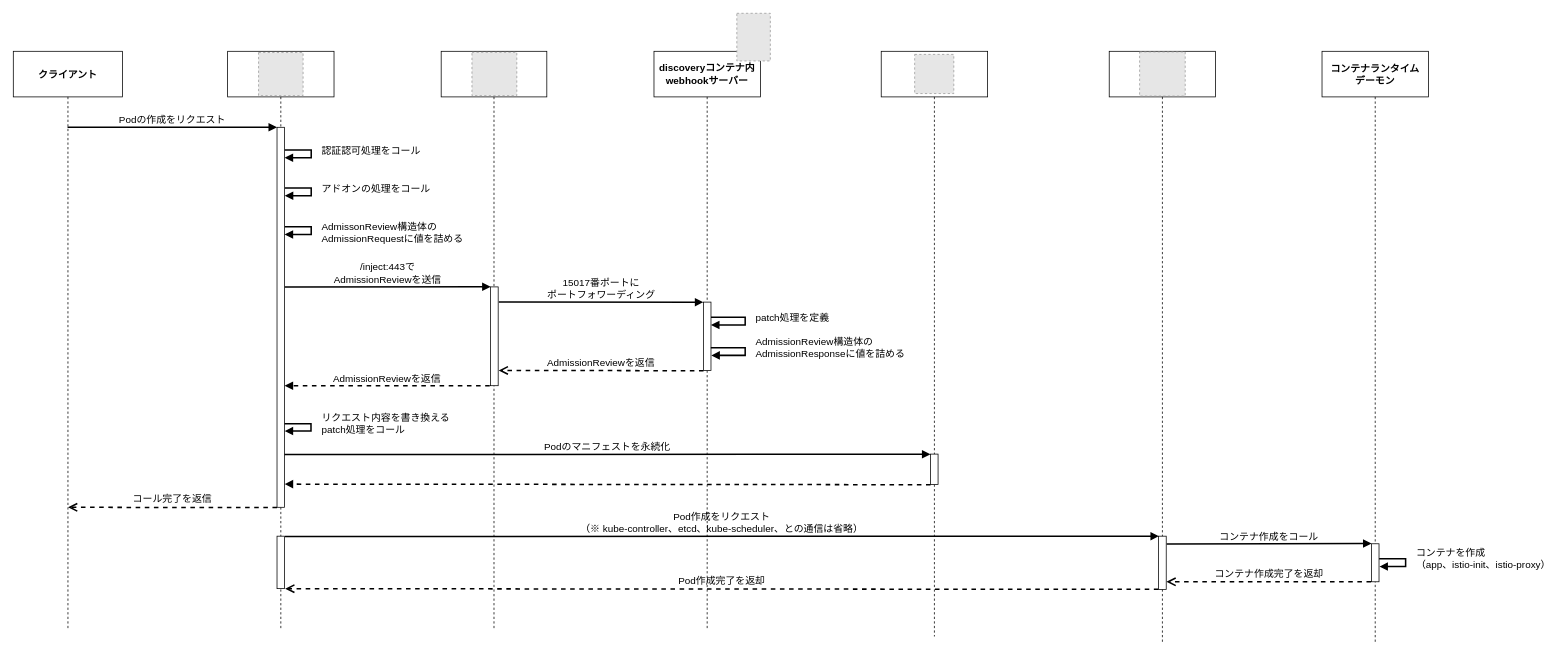
Earlier version of the draw.io diagram page "istio_container-injection_flow" (5 of 5) of images/drawio/istio/service-mesh_layer.drawio (hiroki-it/tech-notebook_old). Source tidied: cells renumbered, new cells numbered last; positions are measured from the earlier drawing's top-left corner, leaving out a move shared by most shapes. Both pictures are drawn from the tidied source at 76%, with x=0, y=0 at pixel (13, 13). Pictures stored in the file or linked from it are replaced by grey dashed boxes.
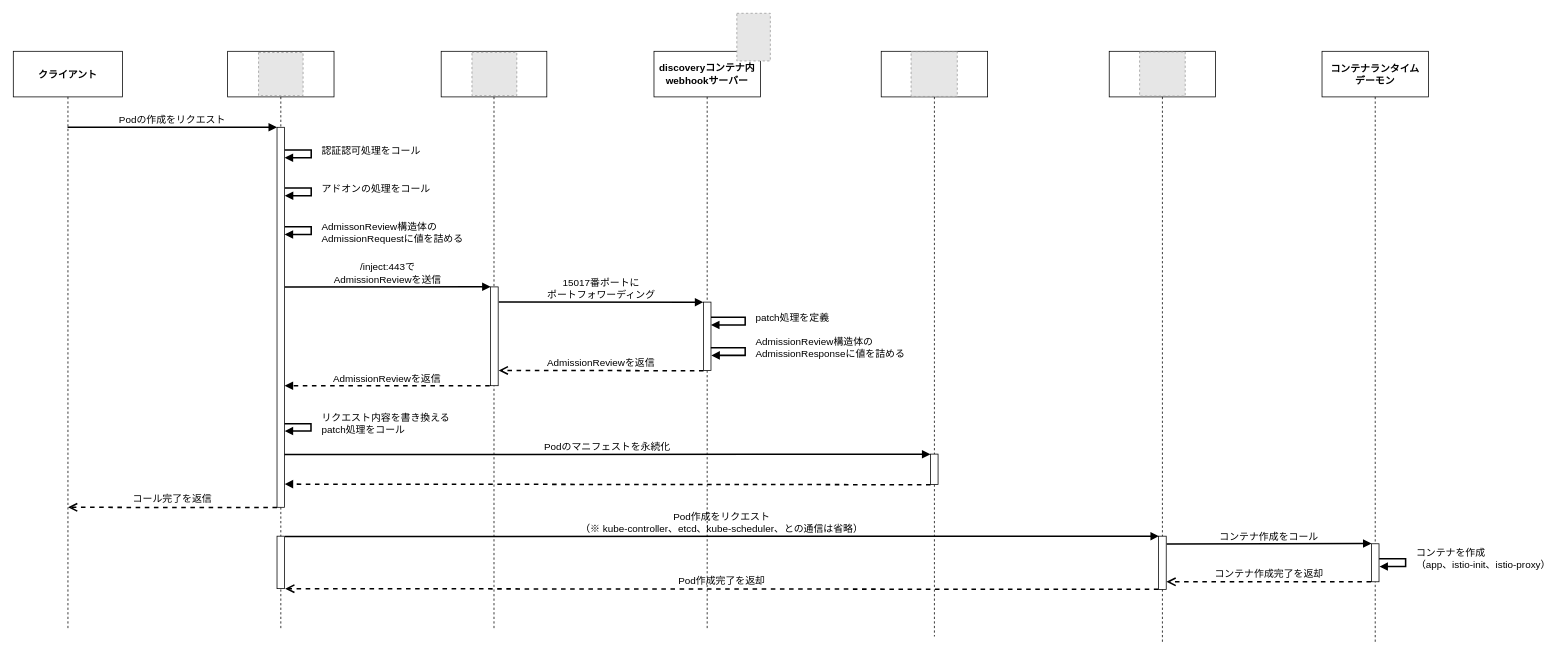
Above is the later version.

Diff of the diagram source:
```diff
@@
-    <mxCell id="37" style="fillColor=#E6E6E6;strokeColor=#999999;dashed=1;" parent="1" vertex="1">
-      <mxGeometry x="1186" y="54.1" width="51.5" height="51.5" as="geometry" />
-    </mxCell>
@@
+    <mxCell id="41" style="fillColor=#E6E6E6;strokeColor=#999999;dashed=1;" parent="1" vertex="1">
+      <mxGeometry x="1181.3" y="50.5" width="60.8" height="58.9" as="geometry" />
+    </mxCell>
```
